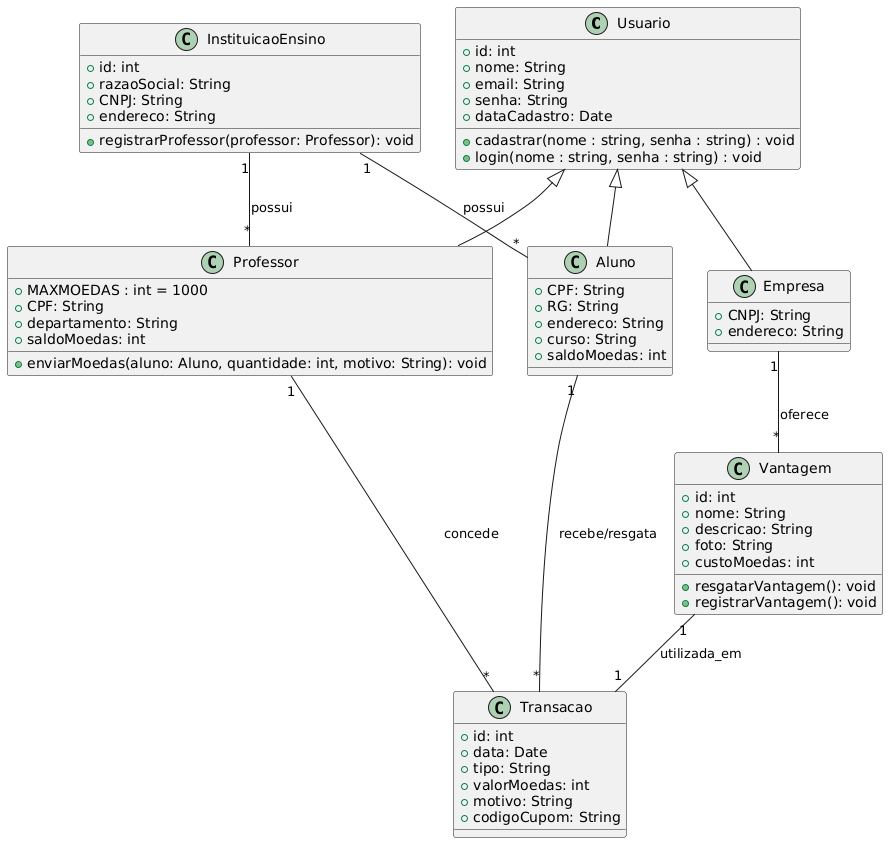
Before: project/img/classdiagram.png, a diagram exported from PlantUML (iannovais/lds-moeda).
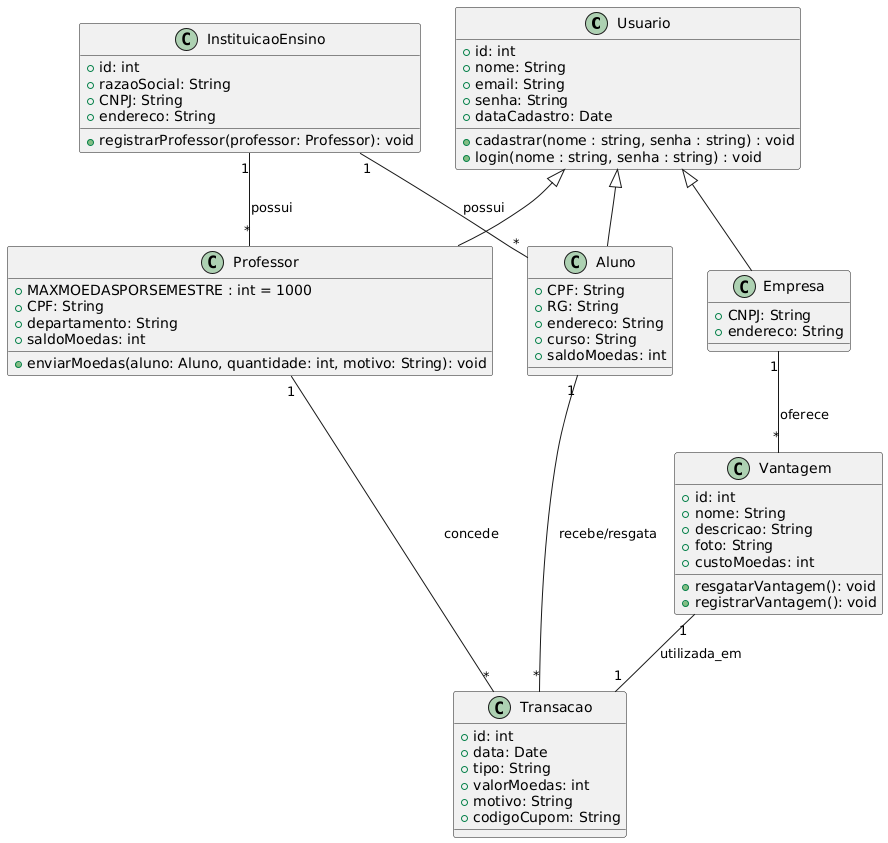
The same file after the commit.

Change to the diagram source:
```diff
@@ -18,7 +18,7 @@
 }
 
 class Professor {
-  + MAXMOEDAS : int = 1000
+  + MAXMOEDASPORSEMESTRE : int = 1000
   + CPF: String
   + departamento: String
   + saldoMoedas: int
```
